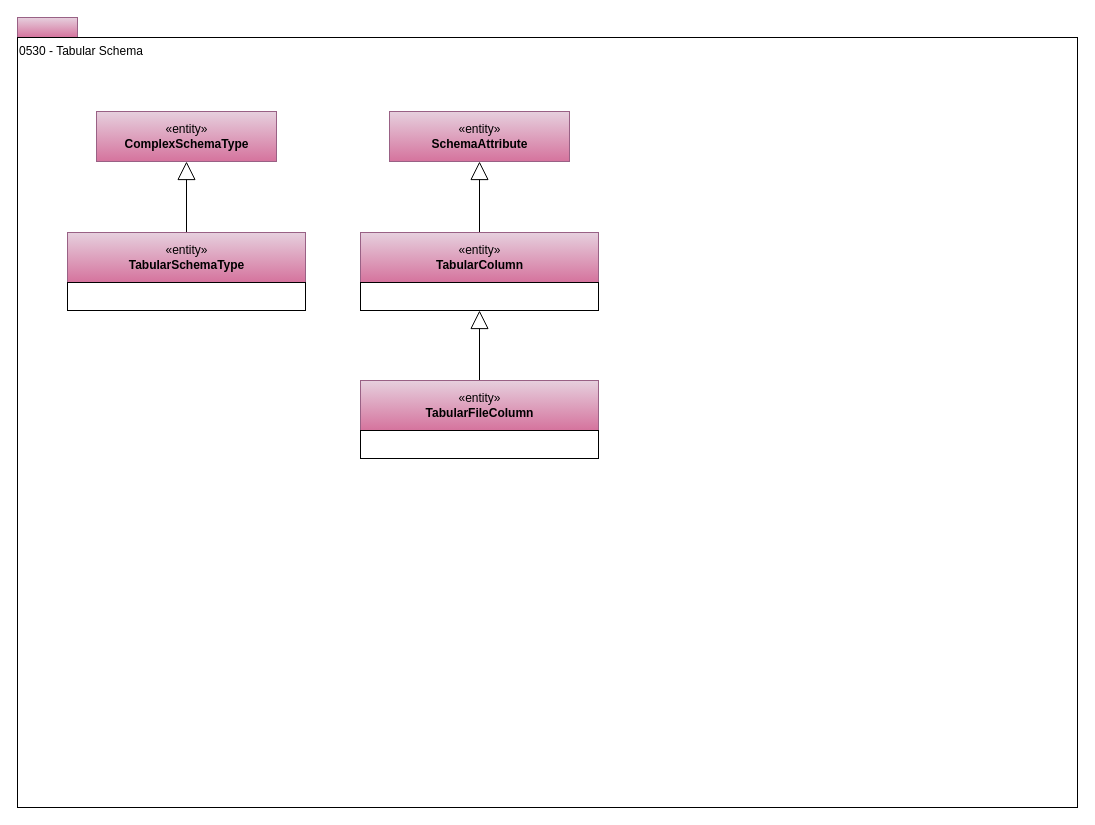
The draw.io diagram page "0530-Tabular-Schemas" (11 of 32) of site/docs/types/5/area-5-models-and-schema.drawio in odpi/egeria-docs, before the edit. Source tidied: cells renumbered, new cells numbered last; positions are measured from the earlier drawing's top-left corner, leaving out a move shared by most shapes. Both pictures are drawn from the tidied source at 100%, with x=0, y=0 at pixel (17, 17).
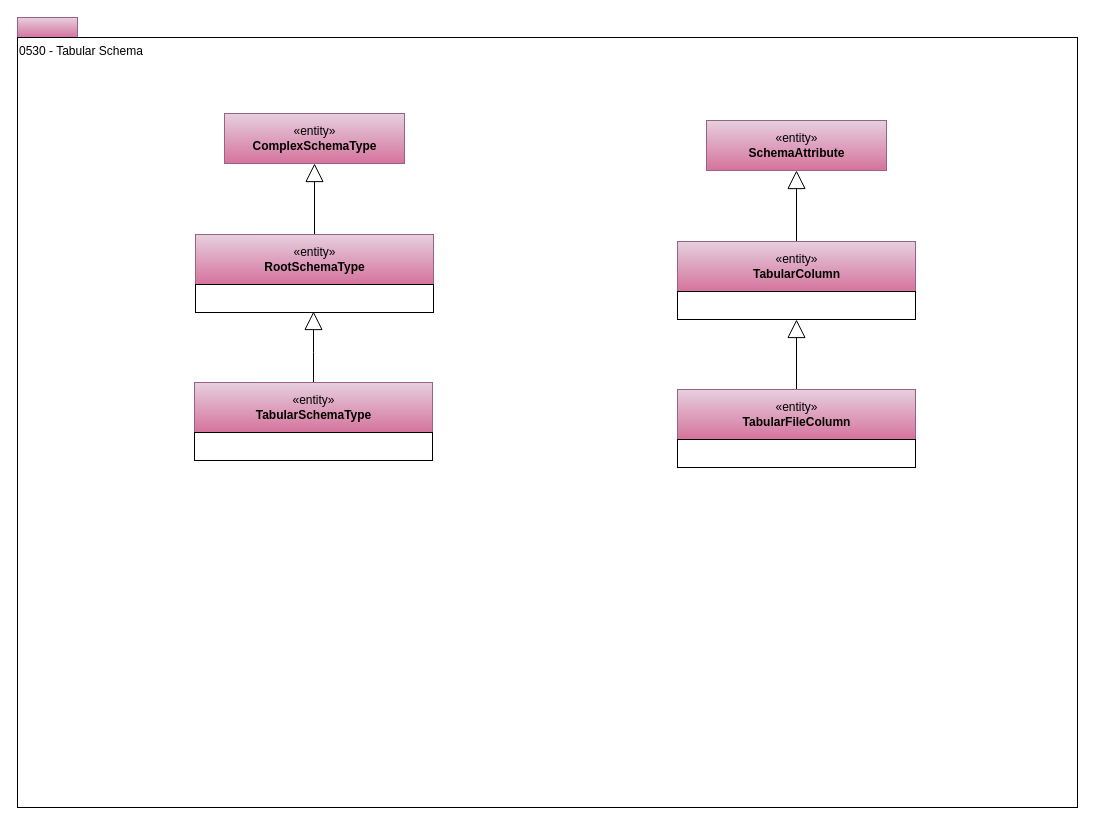
The same diagram, later.

Change to the diagram source:
```diff
@@
     <mxCell id="5" value="«entity»&lt;br&gt;&lt;b&gt;ComplexSchemaType&lt;/b&gt;" style="html=1;strokeColor=#996185;align=center;fillColor=#e6d0de;gradientColor=#d5739d;" parent="1" vertex="1">
-      <mxGeometry x="79" y="94" width="180" height="50" as="geometry" />
+      <mxGeometry x="207" y="96" width="180" height="50" as="geometry" />
     </mxCell>
@@
     <mxCell id="7" value="«entity»&lt;br&gt;&lt;b&gt;SchemaAttribute&lt;/b&gt;" style="html=1;strokeColor=#996185;align=center;fillColor=#e6d0de;gradientColor=#d5739d;" parent="1" vertex="1">
-      <mxGeometry x="372" y="94" width="180" height="50" as="geometry" />
+      <mxGeometry x="689" y="103" width="180" height="50" as="geometry" />
     </mxCell>
@@
     <mxCell id="9" style="group;" parent="1" vertex="1">
-      <mxGeometry x="50" y="215" width="238" height="78" as="geometry" />
+      <mxGeometry x="178" y="217" width="238" height="78" as="geometry" />
     </mxCell>
-    <mxCell id="10" value="«entity»&lt;br&gt;&lt;b&gt;TabularSchemaType&lt;/b&gt;" style="html=1;strokeColor=#996185;align=center;fillColor=#e6d0de;gradientColor=#d5739d;" parent="9" vertex="1">
+    <mxCell id="10" value="«entity»&lt;br&gt;&lt;b&gt;RootSchemaType&lt;/b&gt;" style="html=1;strokeColor=#996185;align=center;fillColor=#e6d0de;gradientColor=#d5739d;" parent="9" vertex="1">
       <mxGeometry width="238" height="50" as="geometry" />
     </mxCell>
@@
     <mxCell id="12" style="group;" parent="1" vertex="1">
-      <mxGeometry x="343" y="215" width="238" height="78" as="geometry" />
+      <mxGeometry x="660" y="224" width="238" height="78" as="geometry" />
     </mxCell>
@@
     <mxCell id="16" style="group;" parent="1" vertex="1">
-      <mxGeometry x="343" y="363" width="238" height="78" as="geometry" />
+      <mxGeometry x="660" y="372" width="238" height="78" as="geometry" />
     </mxCell>
@@
+    <mxCell id="19" style="edgeStyle=orthogonalEdgeStyle;rounded=0;jettySize=auto;html=1;exitX=0.5;exitY=0;exitDx=0;exitDy=0;startSize=6;endArrow=block;endFill=0;endSize=16;" parent="1" edge="1" source="21">
+      <mxGeometry relative="1" as="geometry">
+        <mxPoint x="296" y="294" as="targetPoint" />
+      </mxGeometry>
+    </mxCell>
+    <mxCell id="20" style="group;" parent="1" vertex="1">
+      <mxGeometry x="177" y="365" width="238" height="78" as="geometry" />
+    </mxCell>
+    <mxCell id="21" value="«entity»&lt;br&gt;&lt;b&gt;TabularSchemaType&lt;/b&gt;" style="html=1;strokeColor=#996185;align=center;fillColor=#e6d0de;gradientColor=#d5739d;" parent="20" vertex="1">
+      <mxGeometry width="238" height="50" as="geometry" />
+    </mxCell>
+    <mxCell id="22" style="rounded=0;whiteSpace=wrap;html=1;strokeColor=#000000;gradientColor=#ffffff;align=left;" parent="20" vertex="1">
+      <mxGeometry y="50" width="238" height="28" as="geometry" />
+    </mxCell>
```
